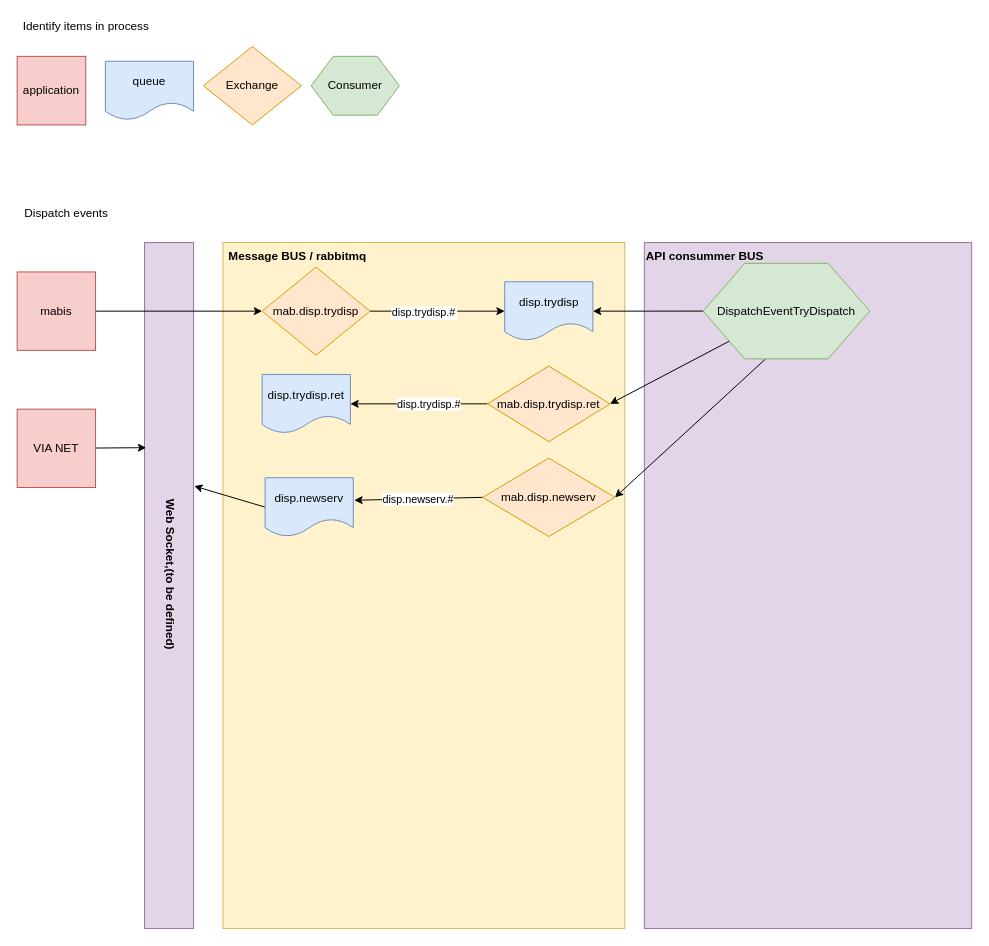
Before: page "Fluxo por processo" (2 of 2) of dispatch/Processo Dispatch.drawio in rodrigoporcionato/estudos, a draw.io diagram. Source tidied: cells renumbered, new cells numbered last; positions are measured from the earlier drawing's top-left corner, leaving out a move shared by most shapes. Both pictures are drawn from the tidied source at 98%, with x=0, y=0 at pixel (17, 17).
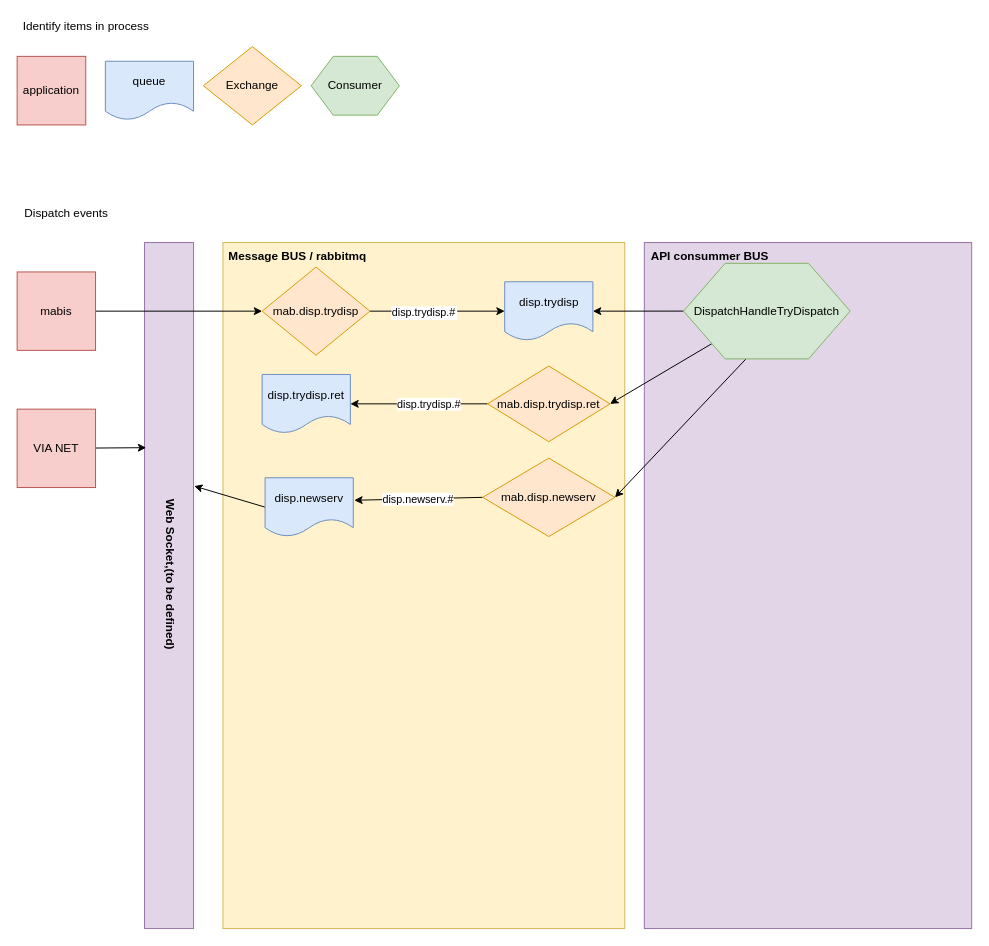
After the change.

Change to the diagram source:
```diff
@@
-    <mxCell id="20" value="DispatchEventTryDispatch" style="shape=hexagon;perimeter=hexagonPerimeter2;whiteSpace=wrap;html=1;fillColor=#d5e8d4;strokeColor=#82b366;" parent="1" vertex="1">
-      <mxGeometry x="700" y="251.2" width="170" height="97.5" as="geometry" />
+    <mxCell id="20" value="DispatchHandleTryDispatch" style="shape=hexagon;perimeter=hexagonPerimeter2;whiteSpace=wrap;html=1;fillColor=#d5e8d4;strokeColor=#82b366;" parent="1" vertex="1">
+      <mxGeometry x="680" y="251.2" width="170" height="97.5" as="geometry" />
     </mxCell>
     <mxCell id="21" value="API consummer BUS" style="text;html=1;fontStyle=1;" parent="1" vertex="1">
-      <mxGeometry x="640" y="230" width="110" height="30" as="geometry" />
+      <mxGeometry x="645" y="230" width="110" height="30" as="geometry" />
     </mxCell>
```
